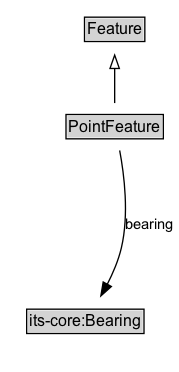
This is docs/diagrams/PointFeature.dot.png from ISO-TC204/ontology-its-location-v1, a Graphviz export, as it was before one commit. Its source is kept beside it as docs/diagrams/PointFeature.dot. The source it was exported from:
```dot
digraph {
	graph [overlap=false rankdir=TB splines=true]
	node [fontname=Arial fontsize=12 margin=0 shape=none]
	edge [fontname=Arial fontsize=11]
	{
		rank=source
		Feature [label=<<TABLE BORDER="1" CELLBORDER="0" CELLSPACING="0" CELLPADDING="1"><TR><TD BGCOLOR="lightgray" ALIGN="CENTER">Feature</TD></TR></TABLE>> URL="../Feature" margin=0]
	}
	PointFeature [label=<<TABLE BORDER="1" CELLBORDER="0" CELLSPACING="0" CELLPADDING="1"><TR><TD BGCOLOR="lightgray" ALIGN="CENTER">PointFeature</TD></TR></TABLE>> URL="../PointFeature" margin=0]
	{
		rank=max
	}
	subgraph cluster_associated {
		label="" style=invis
		Invis [label=<<TABLE BORDER="0" CELLBORDER="0" CELLSPACING="0" CELLPADDING="1"><TR><TD></TD></TR></TABLE>> margin=0 style=invis]
		"its-core_Bearing" [label=<<TABLE BORDER="1" CELLBORDER="0" CELLSPACING="0" CELLPADDING="1"><TR><TD BGCOLOR="lightgray" ALIGN="CENTER">its-core:Bearing</TD></TR></TABLE>> URL="https://w3id.org/itsdata/core/v1/Bearing" margin=0]
	}
	PointFeature -> Feature [arrowhead=onormal style=solid]
	PointFeature -> Invis [style=invis]
	Invis -> "its-core_Bearing" [style=invis]
	"its-core_Bearing" [label=<<TABLE BORDER="1" CELLBORDER="0" CELLSPACING="0" CELLPADDING="1"><TR><TD BGCOLOR="lightgray" ALIGN="CENTER">its-core:Bearing</TD></TR></TABLE>> URL="https://w3id.org/itsdata/core/v1/Bearing" margin=0]
	PointFeature -> "its-core_Bearing" [label=bearing arrowhead=normal style=solid]
}
```
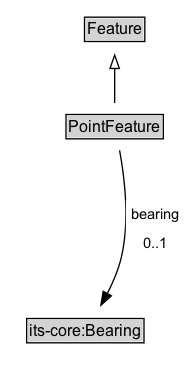
Above is the later version.

The edit, as a diff of the source:
```diff
@@ -19,5 +19,5 @@
 	PointFeature -> Invis [style=invis]
 	Invis -> "its-core_Bearing" [style=invis]
 	"its-core_Bearing" [label=<<TABLE BORDER="1" CELLBORDER="0" CELLSPACING="0" CELLPADDING="1"><TR><TD BGCOLOR="lightgray" ALIGN="CENTER">its-core:Bearing</TD></TR></TABLE>> URL="https://w3id.org/itsdata/core/v1/Bearing" margin=0]
-	PointFeature -> "its-core_Bearing" [label=bearing arrowhead=normal style=solid]
+	PointFeature -> "its-core_Bearing" [label=<<TABLE BORDER="0" CELLBORDER="0" CELLSPACING="0" CELLPADDING="4" BGCOLOR="white"><TR><TD ALIGN="CENTER">bearing</TD></TR><TR><TD ALIGN="CENTER">0..1</TD></TR></TABLE>> arrowhead=normal style=solid]
 }
```
